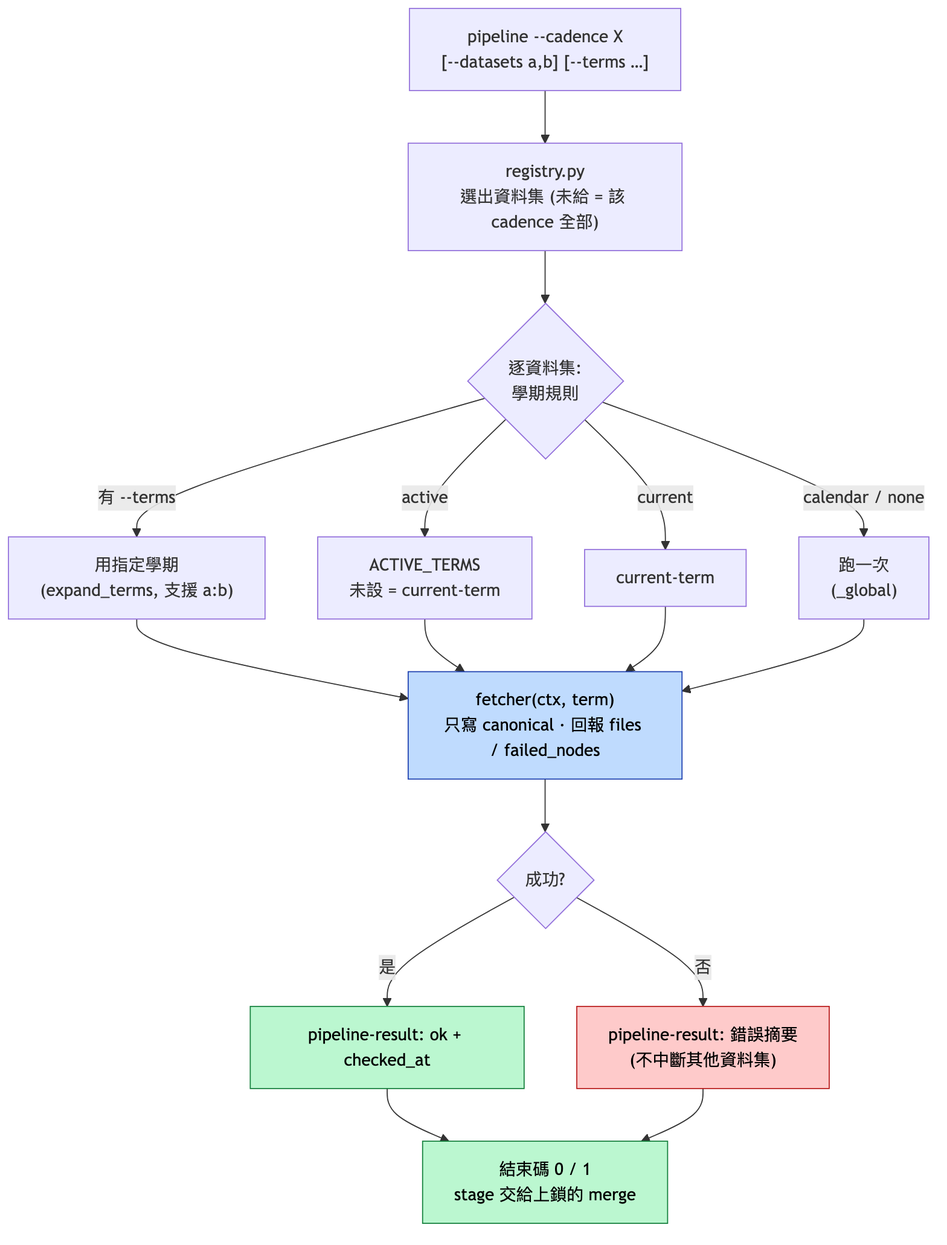
Earlier version of the Mermaid export docs/diagrams/04-crawl-logic.png (poterpan/ntutbox-course). Its source is kept beside it as docs/diagrams/04-crawl-logic.mmd.
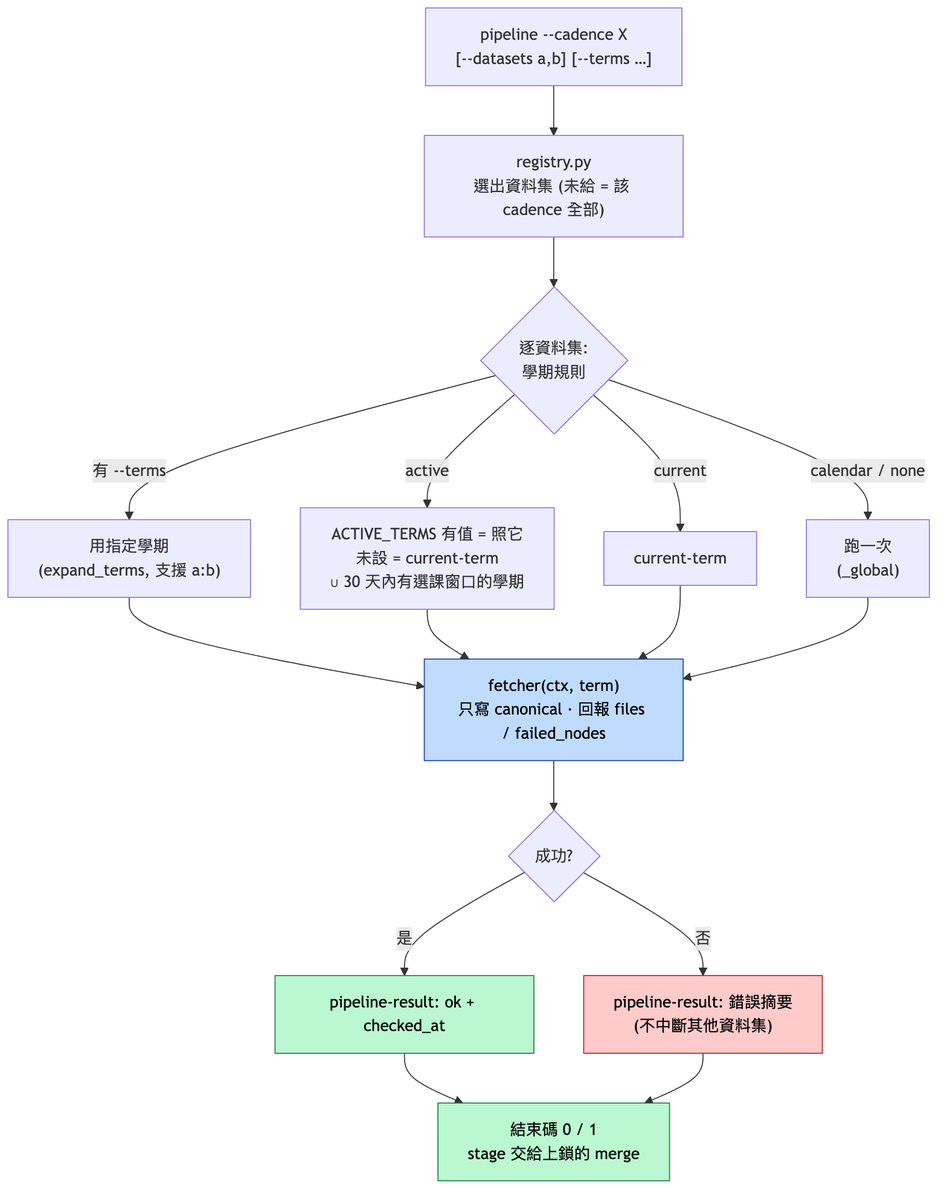
Above is the later version.

The edit, as a diff of the source:
```diff
@@ -2,7 +2,7 @@
     A["pipeline --cadence X<br/>[--datasets a,b] [--terms …]"] --> B["registry.py<br/>選出資料集 (未給 = 該 cadence 全部)"]
     B --> C{"逐資料集:<br/>學期規則"}
     C -->|"有 --terms"| T0["用指定學期<br/>(expand_terms, 支援 a:b)"]
-    C -->|"active"| T1["ACTIVE_TERMS<br/>未設 = current-term"]
+    C -->|"active"| T1["ACTIVE_TERMS 有值 = 照它<br/>未設 = current-term<br/>∪ 30 天內有選課窗口的學期"]
     C -->|"current"| T2["current-term"]
     C -->|"calendar / none"| T3["跑一次<br/>(_global)"]
     T0 --> F
```
